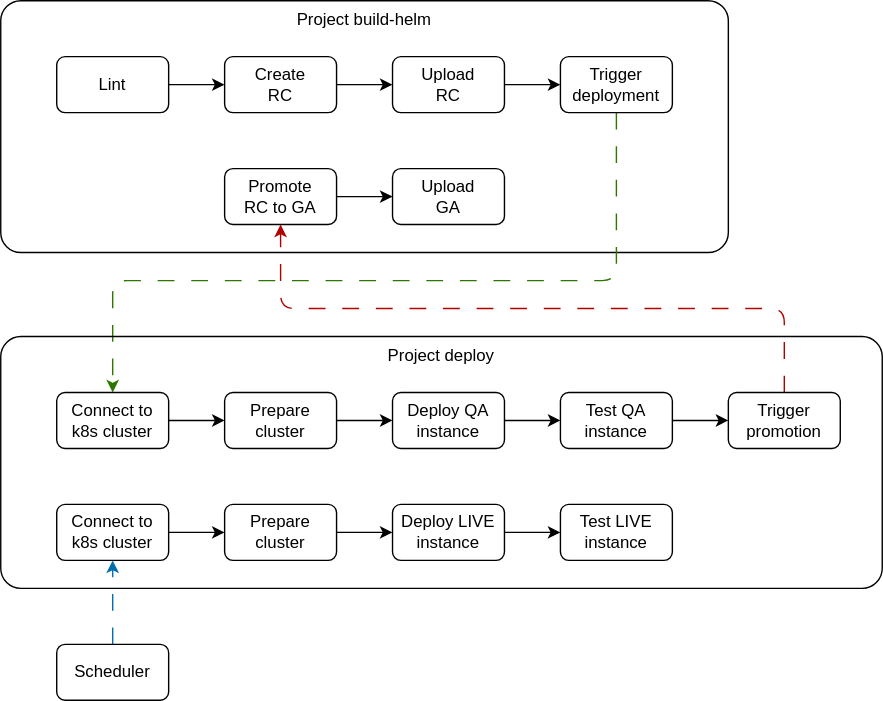
Before: slides/2025-11-27/160_gitlab_ci/110_triggers/example2.drawio.svg, a diagram exported from draw.io (nicholasdille/dille.name). Source tidied: cells renumbered, new cells last; positions are measured from the earlier drawing's top-left corner, leaving out a move shared by most shapes. Source of this version:
```xml
<mxGraphModel>
  <root>
    <mxCell id="0" />
    <mxCell id="1" parent="0" />
    <mxCell id="2" value="Project build-helm" style="rounded=1;whiteSpace=wrap;html=1;fillColor=none;strokeColor=light-dark(#000000,#FFFFFF);fontColor=light-dark(#000000,#FFFFFF);verticalAlign=top;arcSize=8;" parent="1" vertex="1">
      <mxGeometry width="520" height="180" as="geometry" />
    </mxCell>
    <mxCell id="3" style="edgeStyle=none;html=1;" parent="1" edge="1" source="4" target="6">
      <mxGeometry relative="1" as="geometry" />
    </mxCell>
    <mxCell id="4" value="Lint" style="rounded=1;whiteSpace=wrap;html=1;fillColor=none;strokeColor=light-dark(#000000,#FFFFFF);fontColor=light-dark(#000000,#FFFFFF);verticalAlign=middle;" parent="1" vertex="1">
      <mxGeometry x="40" y="40" width="80" height="40" as="geometry" />
    </mxCell>
    <mxCell id="5" style="edgeStyle=none;html=1;" parent="1" edge="1" source="6" target="8">
      <mxGeometry relative="1" as="geometry" />
    </mxCell>
    <mxCell id="6" value="Create&lt;br&gt;RC" style="rounded=1;whiteSpace=wrap;html=1;fillColor=none;strokeColor=light-dark(#000000,#FFFFFF);fontColor=light-dark(#000000,#FFFFFF);verticalAlign=middle;" parent="1" vertex="1">
      <mxGeometry x="160" y="40" width="80" height="40" as="geometry" />
    </mxCell>
    <mxCell id="7" style="edgeStyle=none;html=1;" parent="1" edge="1" source="8" target="10">
      <mxGeometry relative="1" as="geometry" />
    </mxCell>
    <mxCell id="8" value="Upload&lt;br&gt;RC" style="rounded=1;whiteSpace=wrap;html=1;fillColor=none;strokeColor=light-dark(#000000,#FFFFFF);fontColor=light-dark(#000000,#FFFFFF);verticalAlign=middle;" parent="1" vertex="1">
      <mxGeometry x="280" y="40" width="80" height="40" as="geometry" />
    </mxCell>
    <mxCell id="9" style="edgeStyle=orthogonalEdgeStyle;html=1;dashed=1;dashPattern=12 12;fillColor=#60a917;strokeColor=#2D7600;" parent="1" edge="1" source="10" target="13">
      <mxGeometry relative="1" as="geometry">
        <Array as="points">
          <mxPoint x="440" y="200" />
          <mxPoint x="80" y="200" />
        </Array>
      </mxGeometry>
    </mxCell>
    <mxCell id="10" value="Trigger deployment" style="rounded=1;whiteSpace=wrap;html=1;fillColor=none;strokeColor=light-dark(#000000,#FFFFFF);fontColor=light-dark(#000000,#FFFFFF);verticalAlign=middle;" parent="1" vertex="1">
      <mxGeometry x="400" y="40" width="80" height="40" as="geometry" />
    </mxCell>
    <mxCell id="11" value="Project deploy" style="rounded=1;whiteSpace=wrap;html=1;fillColor=none;strokeColor=light-dark(#000000,#FFFFFF);fontColor=light-dark(#000000,#FFFFFF);verticalAlign=top;arcSize=8;" parent="1" vertex="1">
      <mxGeometry y="240" width="630" height="180" as="geometry" />
    </mxCell>
    <mxCell id="12" style="edgeStyle=none;html=1;" parent="1" edge="1" source="13" target="15">
      <mxGeometry relative="1" as="geometry" />
    </mxCell>
    <mxCell id="13" value="Connect to k8s cluster" style="rounded=1;whiteSpace=wrap;html=1;fillColor=none;strokeColor=light-dark(#000000,#FFFFFF);fontColor=light-dark(#000000,#FFFFFF);verticalAlign=middle;" parent="1" vertex="1">
      <mxGeometry x="40" y="280" width="80" height="40" as="geometry" />
    </mxCell>
    <mxCell id="14" style="edgeStyle=none;html=1;" parent="1" edge="1" source="15" target="17">
      <mxGeometry relative="1" as="geometry" />
    </mxCell>
    <mxCell id="15" value="Prepare cluster" style="rounded=1;whiteSpace=wrap;html=1;fillColor=none;strokeColor=light-dark(#000000,#FFFFFF);fontColor=light-dark(#000000,#FFFFFF);verticalAlign=middle;" parent="1" vertex="1">
      <mxGeometry x="160" y="280" width="80" height="40" as="geometry" />
    </mxCell>
    <mxCell id="16" style="edgeStyle=none;html=1;" parent="1" edge="1" source="17" target="19">
      <mxGeometry relative="1" as="geometry" />
    </mxCell>
    <mxCell id="17" value="Deploy QA instance" style="rounded=1;whiteSpace=wrap;html=1;fillColor=none;strokeColor=light-dark(#000000,#FFFFFF);fontColor=light-dark(#000000,#FFFFFF);verticalAlign=middle;" parent="1" vertex="1">
      <mxGeometry x="280" y="280" width="80" height="40" as="geometry" />
    </mxCell>
    <mxCell id="18" style="edgeStyle=none;html=1;" parent="1" edge="1" source="19" target="24">
      <mxGeometry relative="1" as="geometry" />
    </mxCell>
    <mxCell id="19" value="Test QA instance" style="rounded=1;whiteSpace=wrap;html=1;fillColor=none;strokeColor=light-dark(#000000,#FFFFFF);fontColor=light-dark(#000000,#FFFFFF);verticalAlign=middle;" parent="1" vertex="1">
      <mxGeometry x="400" y="280" width="80" height="40" as="geometry" />
    </mxCell>
    <mxCell id="20" style="edgeStyle=none;html=1;" parent="1" edge="1" source="21" target="22">
      <mxGeometry relative="1" as="geometry" />
    </mxCell>
    <mxCell id="21" value="Promote&lt;br&gt;RC to GA" style="rounded=1;whiteSpace=wrap;html=1;fillColor=none;strokeColor=light-dark(#000000,#FFFFFF);fontColor=light-dark(#000000,#FFFFFF);verticalAlign=middle;" parent="1" vertex="1">
      <mxGeometry x="160" y="120" width="80" height="40" as="geometry" />
    </mxCell>
    <mxCell id="22" value="Upload&lt;br&gt;GA" style="rounded=1;whiteSpace=wrap;html=1;fillColor=none;strokeColor=light-dark(#000000,#FFFFFF);fontColor=light-dark(#000000,#FFFFFF);verticalAlign=middle;" parent="1" vertex="1">
      <mxGeometry x="280" y="120" width="80" height="40" as="geometry" />
    </mxCell>
    <mxCell id="23" style="edgeStyle=orthogonalEdgeStyle;html=1;dashed=1;dashPattern=12 12;fillColor=#e51400;strokeColor=#B20000;" parent="1" edge="1" source="24" target="21">
      <mxGeometry relative="1" as="geometry">
        <Array as="points">
          <mxPoint x="560" y="220" />
          <mxPoint x="200" y="220" />
        </Array>
      </mxGeometry>
    </mxCell>
    <mxCell id="24" value="Trigger promotion" style="rounded=1;whiteSpace=wrap;html=1;fillColor=none;strokeColor=light-dark(#000000,#FFFFFF);fontColor=light-dark(#000000,#FFFFFF);verticalAlign=middle;" parent="1" vertex="1">
      <mxGeometry x="520" y="280" width="80" height="40" as="geometry" />
    </mxCell>
    <mxCell id="25" style="edgeStyle=none;html=1;" parent="1" edge="1" source="26" target="28">
      <mxGeometry relative="1" as="geometry" />
    </mxCell>
    <mxCell id="26" value="Connect to k8s cluster" style="rounded=1;whiteSpace=wrap;html=1;fillColor=none;strokeColor=light-dark(#000000,#FFFFFF);fontColor=light-dark(#000000,#FFFFFF);verticalAlign=middle;" parent="1" vertex="1">
      <mxGeometry x="40" y="360" width="80" height="40" as="geometry" />
    </mxCell>
    <mxCell id="27" style="edgeStyle=none;html=1;" parent="1" edge="1" source="28" target="30">
      <mxGeometry relative="1" as="geometry" />
    </mxCell>
    <mxCell id="28" value="Prepare cluster" style="rounded=1;whiteSpace=wrap;html=1;fillColor=none;strokeColor=light-dark(#000000,#FFFFFF);fontColor=light-dark(#000000,#FFFFFF);verticalAlign=middle;" parent="1" vertex="1">
      <mxGeometry x="160" y="360" width="80" height="40" as="geometry" />
    </mxCell>
    <mxCell id="29" style="edgeStyle=none;html=1;" parent="1" edge="1" source="30" target="31">
      <mxGeometry relative="1" as="geometry" />
    </mxCell>
    <mxCell id="30" value="Deploy LIVE instance" style="rounded=1;whiteSpace=wrap;html=1;fillColor=none;strokeColor=light-dark(#000000,#FFFFFF);fontColor=light-dark(#000000,#FFFFFF);verticalAlign=middle;" parent="1" vertex="1">
      <mxGeometry x="280" y="360" width="80" height="40" as="geometry" />
    </mxCell>
    <mxCell id="31" value="Test LIVE instance" style="rounded=1;whiteSpace=wrap;html=1;fillColor=none;strokeColor=light-dark(#000000,#FFFFFF);fontColor=light-dark(#000000,#FFFFFF);verticalAlign=middle;" parent="1" vertex="1">
      <mxGeometry x="400" y="360" width="80" height="40" as="geometry" />
    </mxCell>
    <mxCell id="32" style="edgeStyle=none;html=1;dashed=1;dashPattern=12 12;fillColor=#1ba1e2;strokeColor=#006EAF;" parent="1" edge="1" source="33" target="26">
      <mxGeometry relative="1" as="geometry" />
    </mxCell>
    <mxCell id="33" value="Scheduler" style="rounded=1;whiteSpace=wrap;html=1;fillColor=none;strokeColor=light-dark(#000000,#FFFFFF);fontColor=light-dark(#000000,#FFFFFF);verticalAlign=middle;" parent="1" vertex="1">
      <mxGeometry x="40" y="460" width="80" height="40" as="geometry" />
    </mxCell>
  </root>
</mxGraphModel>
```
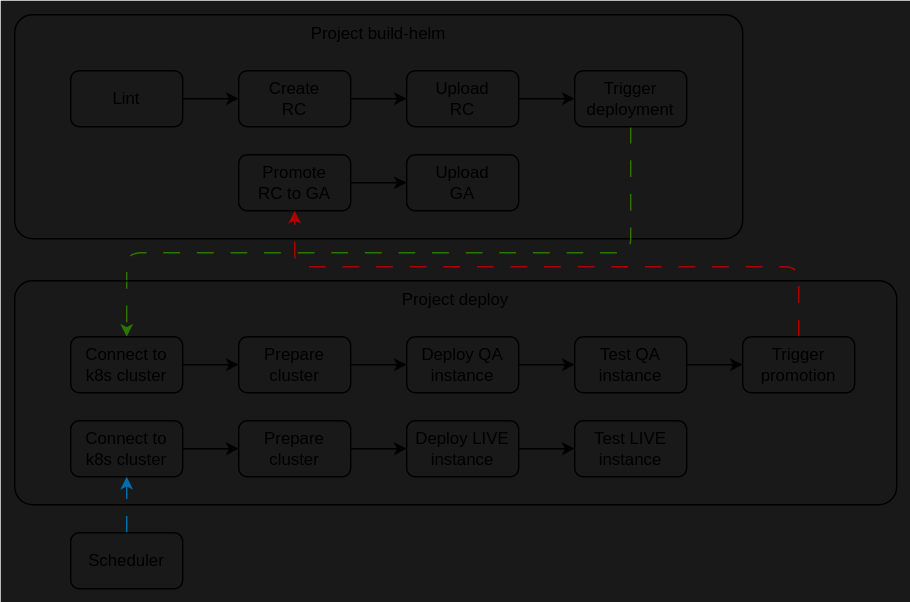
After the change.

What changed in the source:
```diff
@@ -2,8 +2,11 @@
   <root>
     <mxCell id="0" />
     <mxCell id="1" parent="0" />
+    <mxCell id="34" style="rounded=0;whiteSpace=wrap;html=1;strokeColor=none;fillColor=light-dark(#191919,#191919);" parent="1" vertex="1">
+      <mxGeometry x="-10" y="-10" width="650" height="430" as="geometry" />
+    </mxCell>
     <mxCell id="2" value="Project build-helm" style="rounded=1;whiteSpace=wrap;html=1;fillColor=none;strokeColor=light-dark(#000000,#FFFFFF);fontColor=light-dark(#000000,#FFFFFF);verticalAlign=top;arcSize=8;" parent="1" vertex="1">
-      <mxGeometry width="520" height="180" as="geometry" />
+      <mxGeometry width="520" height="160" as="geometry" />
     </mxCell>
     <mxCell id="3" style="edgeStyle=none;html=1;" parent="1" edge="1" source="4" target="6">
       <mxGeometry relative="1" as="geometry" />
@@ -26,8 +29,8 @@
     <mxCell id="9" style="edgeStyle=orthogonalEdgeStyle;html=1;dashed=1;dashPattern=12 12;fillColor=#60a917;strokeColor=#2D7600;" parent="1" edge="1" source="10" target="13">
       <mxGeometry relative="1" as="geometry">
         <Array as="points">
-          <mxPoint x="440" y="200" />
-          <mxPoint x="80" y="200" />
+          <mxPoint x="440" y="170" />
+          <mxPoint x="80" y="170" />
         </Array>
       </mxGeometry>
     </mxCell>
@@ -35,78 +38,78 @@
       <mxGeometry x="400" y="40" width="80" height="40" as="geometry" />
     </mxCell>
     <mxCell id="11" value="Project deploy" style="rounded=1;whiteSpace=wrap;html=1;fillColor=none;strokeColor=light-dark(#000000,#FFFFFF);fontColor=light-dark(#000000,#FFFFFF);verticalAlign=top;arcSize=8;" parent="1" vertex="1">
-      <mxGeometry y="240" width="630" height="180" as="geometry" />
+      <mxGeometry y="190" width="630" height="160" as="geometry" />
     </mxCell>
     <mxCell id="12" style="edgeStyle=none;html=1;" parent="1" edge="1" source="13" target="15">
       <mxGeometry relative="1" as="geometry" />
     </mxCell>
     <mxCell id="13" value="Connect to k8s cluster" style="rounded=1;whiteSpace=wrap;html=1;fillColor=none;strokeColor=light-dark(#000000,#FFFFFF);fontColor=light-dark(#000000,#FFFFFF);verticalAlign=middle;" parent="1" vertex="1">
-      <mxGeometry x="40" y="280" width="80" height="40" as="geometry" />
+      <mxGeometry x="40" y="230" width="80" height="40" as="geometry" />
     </mxCell>
     <mxCell id="14" style="edgeStyle=none;html=1;" parent="1" edge="1" source="15" target="17">
       <mxGeometry relative="1" as="geometry" />
     </mxCell>
     <mxCell id="15" value="Prepare cluster" style="rounded=1;whiteSpace=wrap;html=1;fillColor=none;strokeColor=light-dark(#000000,#FFFFFF);fontColor=light-dark(#000000,#FFFFFF);verticalAlign=middle;" parent="1" vertex="1">
-      <mxGeometry x="160" y="280" width="80" height="40" as="geometry" />
+      <mxGeometry x="160" y="230" width="80" height="40" as="geometry" />
     </mxCell>
     <mxCell id="16" style="edgeStyle=none;html=1;" parent="1" edge="1" source="17" target="19">
       <mxGeometry relative="1" as="geometry" />
     </mxCell>
     <mxCell id="17" value="Deploy QA instance" style="rounded=1;whiteSpace=wrap;html=1;fillColor=none;strokeColor=light-dark(#000000,#FFFFFF);fontColor=light-dark(#000000,#FFFFFF);verticalAlign=middle;" parent="1" vertex="1">
-      <mxGeometry x="280" y="280" width="80" height="40" as="geometry" />
+      <mxGeometry x="280" y="230" width="80" height="40" as="geometry" />
     </mxCell>
     <mxCell id="18" style="edgeStyle=none;html=1;" parent="1" edge="1" source="19" target="24">
       <mxGeometry relative="1" as="geometry" />
     </mxCell>
     <mxCell id="19" value="Test QA instance" style="rounded=1;whiteSpace=wrap;html=1;fillColor=none;strokeColor=light-dark(#000000,#FFFFFF);fontColor=light-dark(#000000,#FFFFFF);verticalAlign=middle;" parent="1" vertex="1">
-      <mxGeometry x="400" y="280" width="80" height="40" as="geometry" />
+      <mxGeometry x="400" y="230" width="80" height="40" as="geometry" />
     </mxCell>
     <mxCell id="20" style="edgeStyle=none;html=1;" parent="1" edge="1" source="21" target="22">
       <mxGeometry relative="1" as="geometry" />
     </mxCell>
     <mxCell id="21" value="Promote&lt;br&gt;RC to GA" style="rounded=1;whiteSpace=wrap;html=1;fillColor=none;strokeColor=light-dark(#000000,#FFFFFF);fontColor=light-dark(#000000,#FFFFFF);verticalAlign=middle;" parent="1" vertex="1">
-      <mxGeometry x="160" y="120" width="80" height="40" as="geometry" />
+      <mxGeometry x="160" y="100" width="80" height="40" as="geometry" />
     </mxCell>
     <mxCell id="22" value="Upload&lt;br&gt;GA" style="rounded=1;whiteSpace=wrap;html=1;fillColor=none;strokeColor=light-dark(#000000,#FFFFFF);fontColor=light-dark(#000000,#FFFFFF);verticalAlign=middle;" parent="1" vertex="1">
-      <mxGeometry x="280" y="120" width="80" height="40" as="geometry" />
+      <mxGeometry x="280" y="100" width="80" height="40" as="geometry" />
     </mxCell>
     <mxCell id="23" style="edgeStyle=orthogonalEdgeStyle;html=1;dashed=1;dashPattern=12 12;fillColor=#e51400;strokeColor=#B20000;" parent="1" edge="1" source="24" target="21">
       <mxGeometry relative="1" as="geometry">
         <Array as="points">
-          <mxPoint x="560" y="220" />
-          <mxPoint x="200" y="220" />
+          <mxPoint x="560" y="180" />
+          <mxPoint x="200" y="180" />
         </Array>
       </mxGeometry>
     </mxCell>
     <mxCell id="24" value="Trigger promotion" style="rounded=1;whiteSpace=wrap;html=1;fillColor=none;strokeColor=light-dark(#000000,#FFFFFF);fontColor=light-dark(#000000,#FFFFFF);verticalAlign=middle;" parent="1" vertex="1">
-      <mxGeometry x="520" y="280" width="80" height="40" as="geometry" />
+      <mxGeometry x="520" y="230" width="80" height="40" as="geometry" />
     </mxCell>
     <mxCell id="25" style="edgeStyle=none;html=1;" parent="1" edge="1" source="26" target="28">
       <mxGeometry relative="1" as="geometry" />
     </mxCell>
     <mxCell id="26" value="Connect to k8s cluster" style="rounded=1;whiteSpace=wrap;html=1;fillColor=none;strokeColor=light-dark(#000000,#FFFFFF);fontColor=light-dark(#000000,#FFFFFF);verticalAlign=middle;" parent="1" vertex="1">
-      <mxGeometry x="40" y="360" width="80" height="40" as="geometry" />
+      <mxGeometry x="40" y="290" width="80" height="40" as="geometry" />
     </mxCell>
     <mxCell id="27" style="edgeStyle=none;html=1;" parent="1" edge="1" source="28" target="30">
       <mxGeometry relative="1" as="geometry" />
     </mxCell>
     <mxCell id="28" value="Prepare cluster" style="rounded=1;whiteSpace=wrap;html=1;fillColor=none;strokeColor=light-dark(#000000,#FFFFFF);fontColor=light-dark(#000000,#FFFFFF);verticalAlign=middle;" parent="1" vertex="1">
-      <mxGeometry x="160" y="360" width="80" height="40" as="geometry" />
+      <mxGeometry x="160" y="290" width="80" height="40" as="geometry" />
     </mxCell>
     <mxCell id="29" style="edgeStyle=none;html=1;" parent="1" edge="1" source="30" target="31">
       <mxGeometry relative="1" as="geometry" />
     </mxCell>
     <mxCell id="30" value="Deploy LIVE instance" style="rounded=1;whiteSpace=wrap;html=1;fillColor=none;strokeColor=light-dark(#000000,#FFFFFF);fontColor=light-dark(#000000,#FFFFFF);verticalAlign=middle;" parent="1" vertex="1">
-      <mxGeometry x="280" y="360" width="80" height="40" as="geometry" />
+      <mxGeometry x="280" y="290" width="80" height="40" as="geometry" />
     </mxCell>
     <mxCell id="31" value="Test LIVE instance" style="rounded=1;whiteSpace=wrap;html=1;fillColor=none;strokeColor=light-dark(#000000,#FFFFFF);fontColor=light-dark(#000000,#FFFFFF);verticalAlign=middle;" parent="1" vertex="1">
-      <mxGeometry x="400" y="360" width="80" height="40" as="geometry" />
+      <mxGeometry x="400" y="290" width="80" height="40" as="geometry" />
     </mxCell>
     <mxCell id="32" style="edgeStyle=none;html=1;dashed=1;dashPattern=12 12;fillColor=#1ba1e2;strokeColor=#006EAF;" parent="1" edge="1" source="33" target="26">
       <mxGeometry relative="1" as="geometry" />
     </mxCell>
     <mxCell id="33" value="Scheduler" style="rounded=1;whiteSpace=wrap;html=1;fillColor=none;strokeColor=light-dark(#000000,#FFFFFF);fontColor=light-dark(#000000,#FFFFFF);verticalAlign=middle;" parent="1" vertex="1">
-      <mxGeometry x="40" y="460" width="80" height="40" as="geometry" />
+      <mxGeometry x="40" y="370" width="80" height="40" as="geometry" />
     </mxCell>
   </root>
 </mxGraphModel>
```
